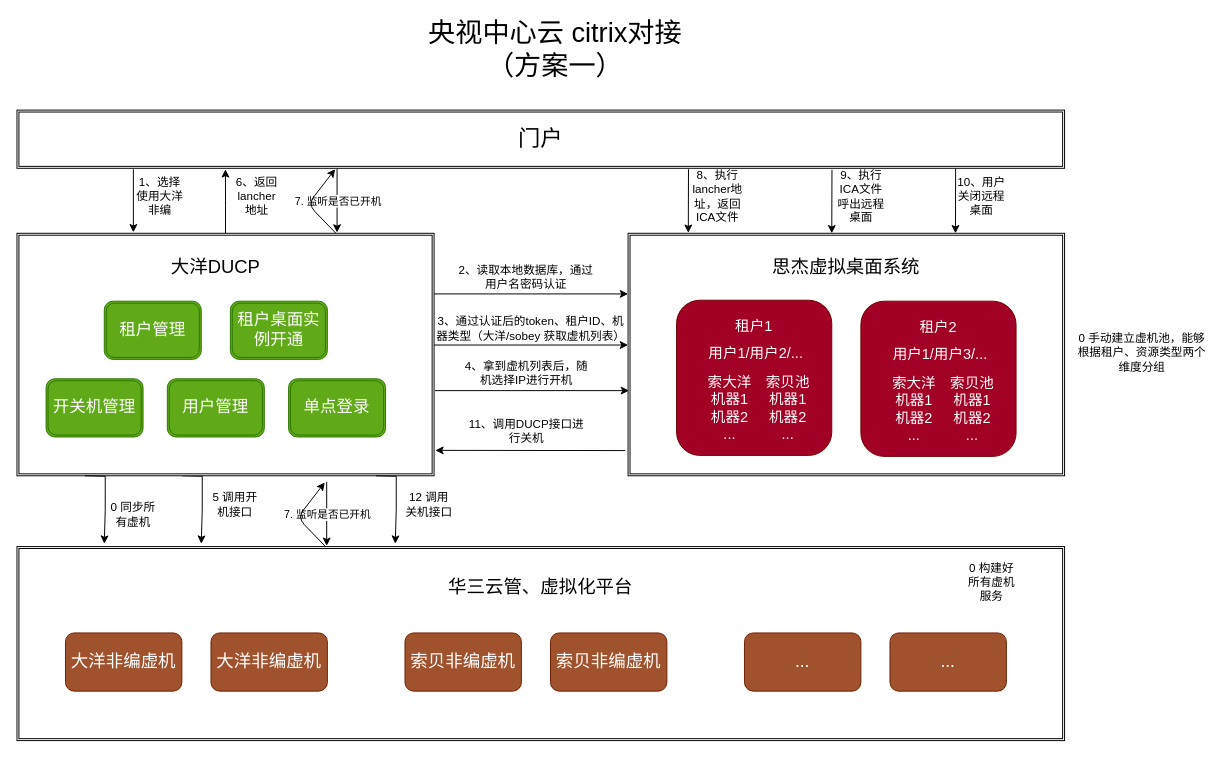
Before: Untitled Diagram.drawio in Crispian-Han/hello-world, a draw.io diagram. Source tidied: cells renumbered, new cells numbered last; positions are measured from the earlier drawing's top-left corner, leaving out a move shared by most shapes. Both pictures are drawn from the tidied source at 97%, with x=0, y=0 at pixel (16, 19).
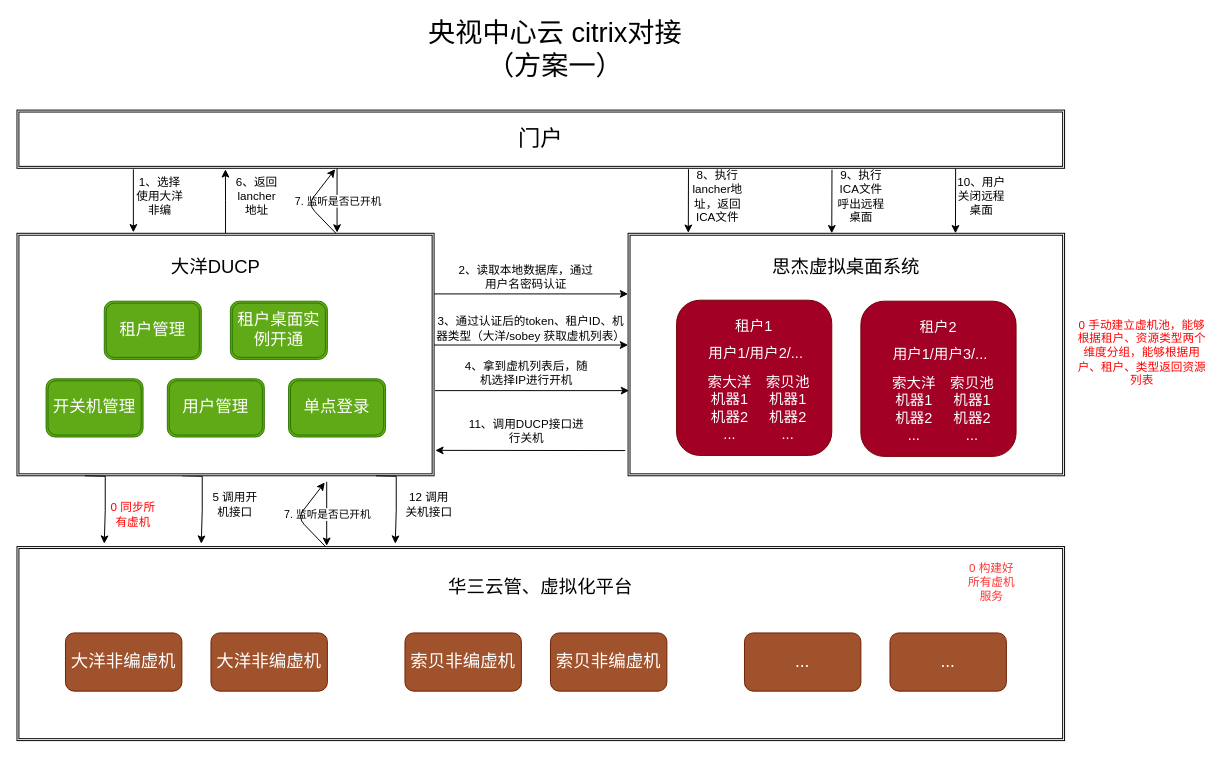
After the change.

The edit, as a diff of the source:
```diff
@@
-    <mxCell id="54" value="0 同步所有虚机" style="text;html=1;strokeColor=none;fillColor=none;align=center;verticalAlign=middle;whiteSpace=wrap;rounded=0;" parent="1" vertex="1">
+    <mxCell id="54" value="&lt;font color=&quot;#ff0000&quot;&gt;0 同步所有虚机&lt;/font&gt;" style="text;html=1;strokeColor=none;fillColor=none;align=center;verticalAlign=middle;whiteSpace=wrap;rounded=0;" parent="1" vertex="1">
       <mxGeometry x="95" y="500" width="50" height="20" as="geometry" />
     </mxCell>
-    <mxCell id="55" value="0 构建好所有虚机服务" style="text;html=1;strokeColor=none;fillColor=none;align=center;verticalAlign=middle;whiteSpace=wrap;rounded=0;" parent="1" vertex="1">
+    <mxCell id="55" value="&lt;font color=&quot;#ff3333&quot;&gt;0 构建好所有虚机服务&lt;/font&gt;" style="text;html=1;strokeColor=none;fillColor=none;align=center;verticalAlign=middle;whiteSpace=wrap;rounded=0;" parent="1" vertex="1">
       <mxGeometry x="980" y="570" width="50" height="20" as="geometry" />
     </mxCell>
-    <mxCell id="56" value="0 手动建立虚机池，能够根据租户、资源类型两个维度分组" style="text;html=1;strokeColor=none;fillColor=none;align=center;verticalAlign=middle;whiteSpace=wrap;rounded=0;" parent="1" vertex="1">
+    <mxCell id="56" value="&lt;font color=&quot;#ff0000&quot;&gt;0 手动建立虚机池，能够根据租户、资源类型两个维度分组，能够根据用户、租户、类型返回资源列表&lt;/font&gt;" style="text;html=1;strokeColor=none;fillColor=none;align=center;verticalAlign=middle;whiteSpace=wrap;rounded=0;" parent="1" vertex="1">
       <mxGeometry x="1090" y="307.5" width="140" height="70" as="geometry" />
     </mxCell>
```
